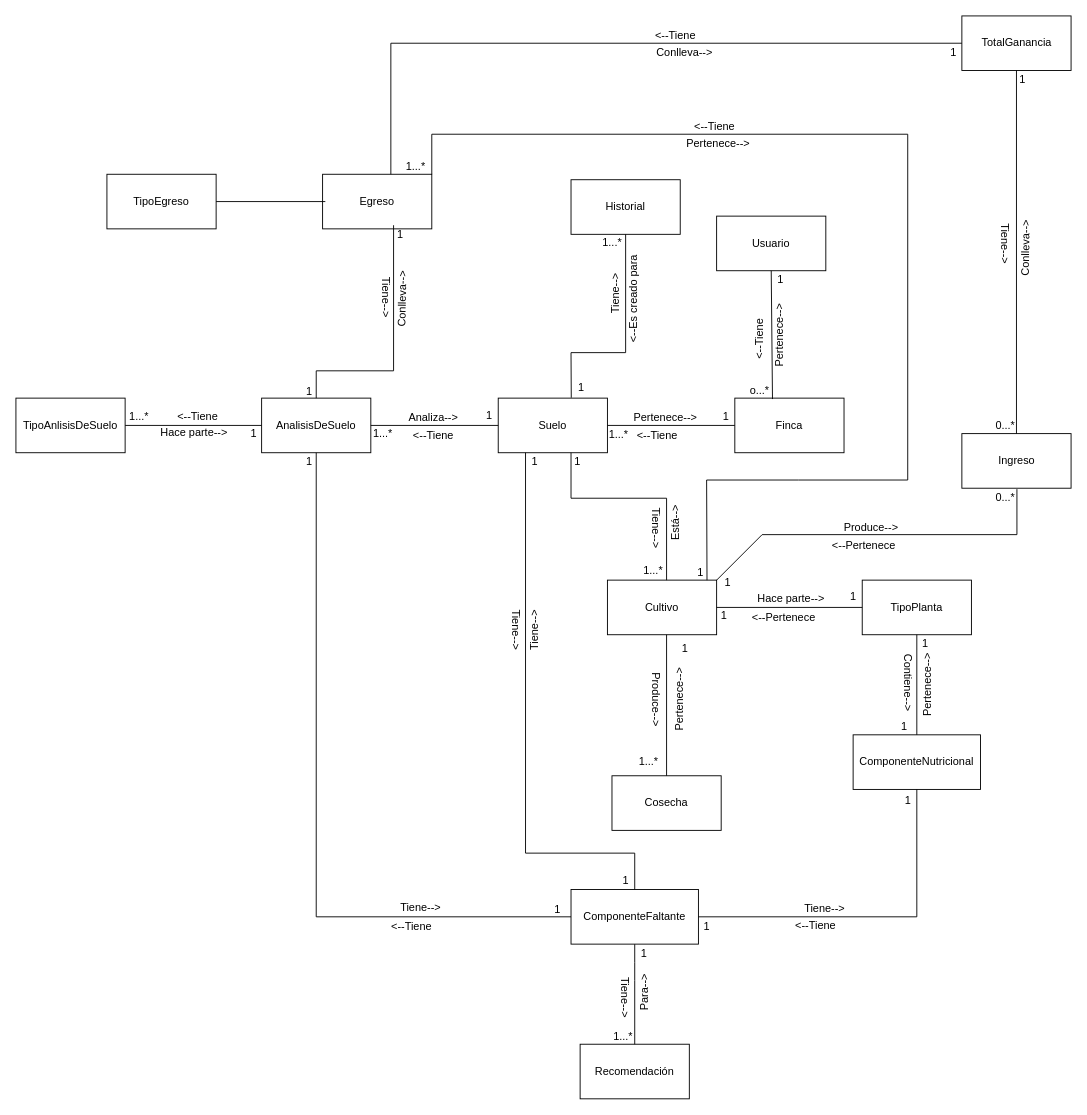
Above: CropScan.drawio in 1193090526alexander/IngenieriaDeSotwareII (draw.io), before the change. Source tidied: cells renumbered, new cells numbered last; positions are measured from the earlier drawing's top-left corner, leaving out a move shared by most shapes. Both pictures are drawn from the tidied source at 91%, with x=0, y=0 at pixel (15, 15).
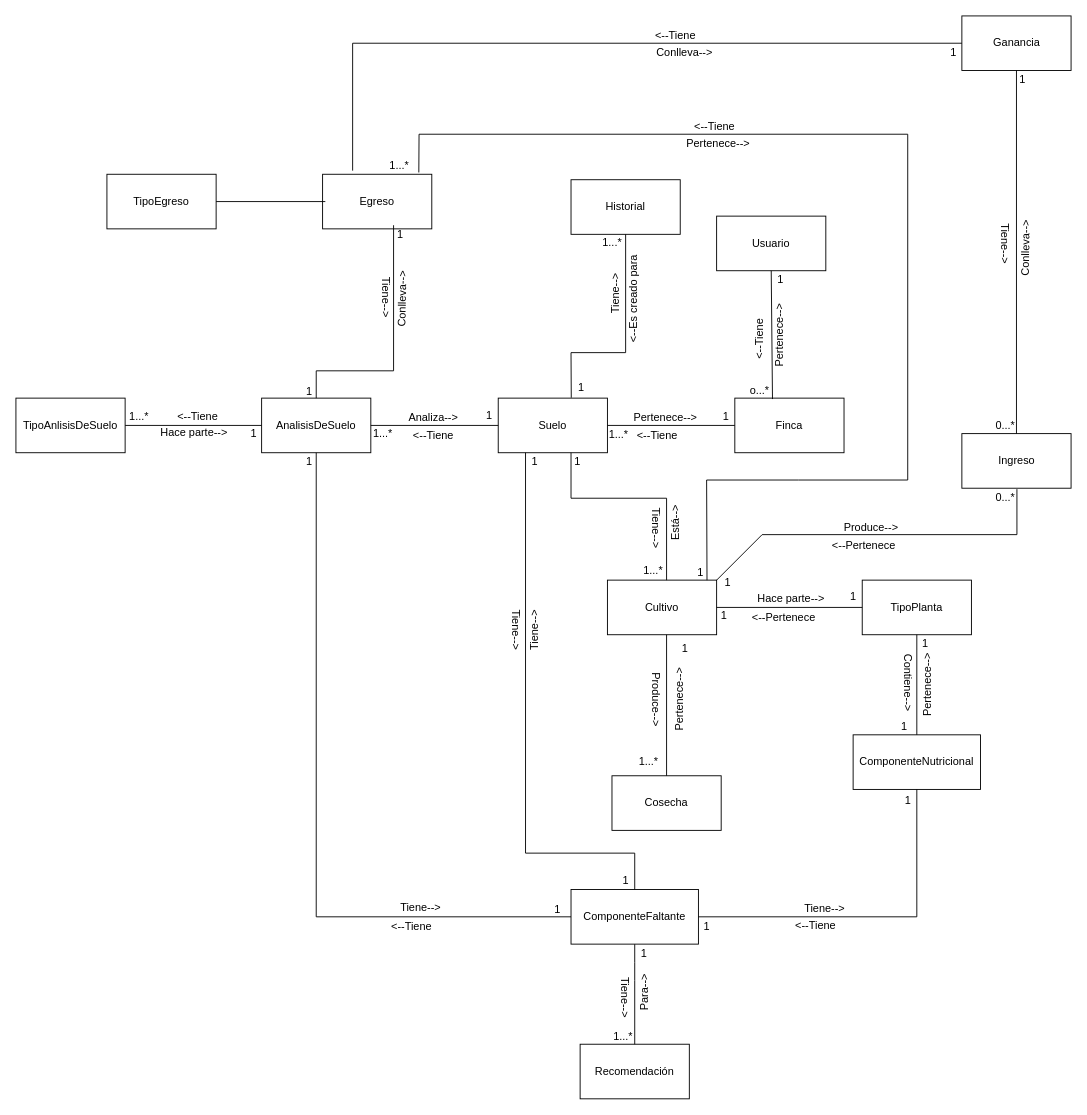
Above is the later version.

Unchanged cells that the change refers to:
```xml
<mxCell id="16" value="Cultivo" style="rounded=0;whiteSpace=wrap;html=1;" parent="1" vertex="1">
  <mxGeometry x="650" y="620" width="120" height="60" as="geometry" />
</mxCell>
<mxCell id="35" value="Egreso" style="rounded=0;whiteSpace=wrap;html=1;" parent="1" vertex="1">
  <mxGeometry x="337" y="174" width="120" height="60" as="geometry" />
</mxCell>
```

Change to the diagram source:
```diff
@@
-    <mxCell id="58" style="endArrow=none;html=1;rounded=0;entryX=0.912;entryY=0.001;entryDx=0;entryDy=0;entryPerimeter=0;exitX=1;exitY=0;exitDx=0;exitDy=0;" parent="1" edge="1" source="35" target="16">
+    <mxCell id="58" style="endArrow=none;html=1;rounded=0;entryX=0.912;entryY=0.001;entryDx=0;entryDy=0;entryPerimeter=0;exitX=1.056;exitY=0.734;exitDx=0;exitDy=0;exitPerimeter=0;" parent="1" edge="1" source="62" target="16">
       <mxGeometry relative="1" as="geometry">
         <Array as="points">
-          <mxPoint x="457" y="130" />
+          <mxPoint x="443" y="130" />
           <mxPoint x="980" y="130" />
           <mxPoint x="980" y="510" />
           <mxPoint x="860" y="510" />
           <mxPoint x="759" y="510" />
         </Array>
       </mxGeometry>
     </mxCell>
@@
     <mxCell id="62" value="1...*" style="text;html=1;align=center;verticalAlign=middle;points=[];strokeColor=none;fillColor=none;" parent="1" vertex="1">
-      <mxGeometry x="419" y="151" width="40" height="30" as="geometry" />
+      <mxGeometry x="400.5" y="150" width="40" height="30" as="geometry" />
     </mxCell>
@@
-    <mxCell id="79" value="TotalGanancia" style="rounded=0;whiteSpace=wrap;html=1;" parent="1" vertex="1">
+    <mxCell id="79" value="Ganancia" style="rounded=0;whiteSpace=wrap;html=1;" parent="1" vertex="1">
       <mxGeometry x="1039.5" width="120" height="60" as="geometry" />
     </mxCell>
@@
-    <mxCell id="82" style="endArrow=none;html=1;rounded=0;entryX=0;entryY=0.5;entryDx=0;entryDy=0;exitX=0.625;exitY=0;exitDx=0;exitDy=0;exitPerimeter=0;" parent="1" edge="1" source="35" target="79">
+    <mxCell id="82" style="endArrow=none;html=1;rounded=0;entryX=0;entryY=0.5;entryDx=0;entryDy=0;" parent="1" edge="1" target="79">
       <mxGeometry relative="1" as="geometry">
+        <mxPoint x="370" y="170" as="sourcePoint" />
         <Array as="points">
-          <mxPoint x="412" y="30" />
+          <mxPoint x="370" y="30" />
         </Array>
       </mxGeometry>
     </mxCell>
```
